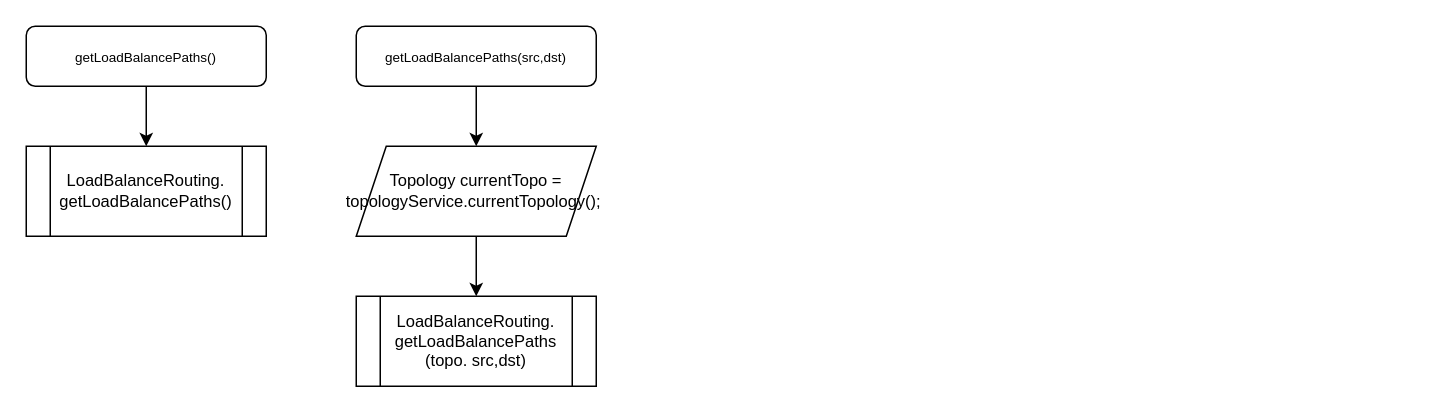
Earlier version of the draw.io diagram page "getLoadBalancePaths" (2 of 2) of Untitled Diagram.drawio (gameLoading/blank__-). Source tidied: cells renumbered, new cells numbered last; positions are measured from the earlier drawing's top-left corner, leaving out a move shared by most shapes. Both pictures are drawn from the tidied source at 150%, with x=0, y=0 at pixel (26, 26).
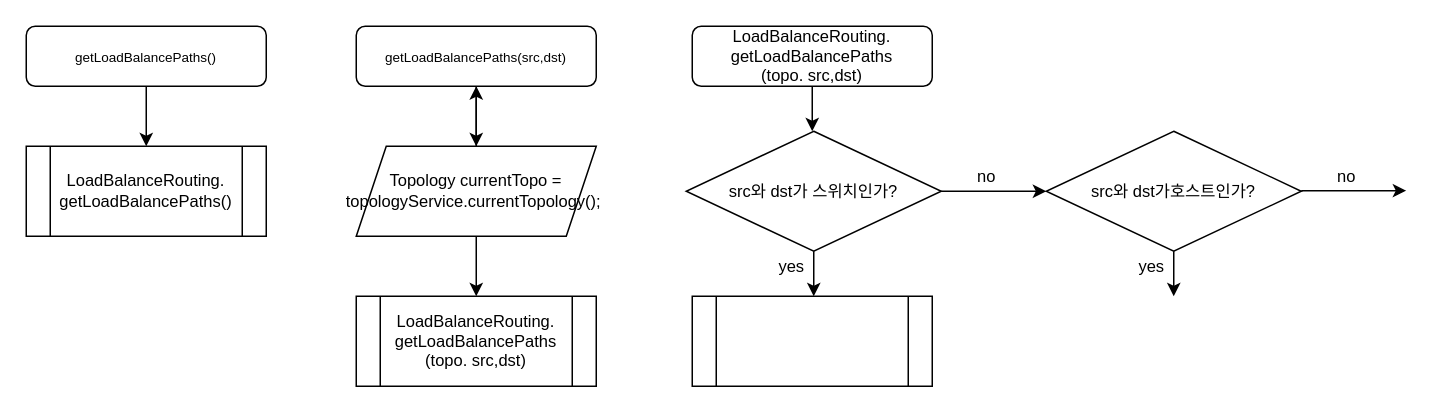
The same page after the edit.

Unchanged cells that the change refers to:
```xml
<mxCell id="5" value="Topology currentTopo = topologyService.currentTopology();&amp;nbsp;" style="shape=parallelogram;perimeter=parallelogramPerimeter;whiteSpace=wrap;html=1;fixedSize=1;fontSize=11;" parent="1" vertex="1">
  <mxGeometry x="220" y="80" width="160" height="60" as="geometry" />
</mxCell>
<mxCell id="6" value="&lt;span style=&quot;font-size: 9px&quot;&gt;getLoadBalancePaths(src,dst)&lt;/span&gt;" style="rounded=1;whiteSpace=wrap;html=1;fontSize=12;glass=0;strokeWidth=1;shadow=0;" parent="1" vertex="1">
  <mxGeometry x="220" width="160" height="40" as="geometry" />
</mxCell>
```

What changed in the source:
```diff
@@
+    <mxCell id="10" style="edgeStyle=orthogonalEdgeStyle;rounded=0;jettySize=auto;html=1;fontSize=11;" parent="1" edge="1" source="5" target="6">
+      <mxGeometry relative="1" as="geometry" />
+    </mxCell>
@@
+    <mxCell id="11" value="&lt;span style=&quot;font-size: 11px&quot;&gt;LoadBalanceRouting.&lt;/span&gt;&lt;br style=&quot;font-size: 11px&quot;&gt;&lt;span style=&quot;font-size: 11px&quot;&gt;getLoadBalancePaths&lt;/span&gt;&lt;br style=&quot;font-size: 11px&quot;&gt;&lt;span style=&quot;font-size: 11px&quot;&gt;(topo. src,dst)&lt;/span&gt;" style="rounded=1;whiteSpace=wrap;html=1;fontSize=11;glass=0;strokeWidth=1;shadow=0;" parent="1" vertex="1">
+      <mxGeometry x="444" width="160" height="40" as="geometry" />
+    </mxCell>
+    <mxCell id="12" value="src와 dst가 스위치인가?" style="rhombus;whiteSpace=wrap;html=1;fontSize=11;" parent="1" vertex="1">
+      <mxGeometry x="440" y="70" width="170" height="80" as="geometry" />
+    </mxCell>
+    <mxCell id="13" value="yes" style="endArrow=classic;html=1;fontSize=11;exitX=0.5;exitY=1;exitDx=0;exitDy=0;" parent="1" edge="1" source="12">
+      <mxGeometry x="-0.33" y="-15" relative="1" as="geometry">
+        <mxPoint x="525" y="180" as="targetPoint" />
+      </mxGeometry>
+    </mxCell>
+    <mxCell id="14" style="endArrow=classic;html=1;fontSize=11;" parent="1" edge="1">
+      <mxGeometry relative="1" as="geometry">
+        <mxPoint x="524" y="40" as="sourcePoint" />
+        <mxPoint x="524" y="70" as="targetPoint" />
+      </mxGeometry>
+    </mxCell>
+    <mxCell id="15" value="src와 dst가호스트인가?" style="rhombus;whiteSpace=wrap;html=1;fontSize=11;" parent="1" vertex="1">
+      <mxGeometry x="680" y="70" width="170" height="80" as="geometry" />
+    </mxCell>
+    <mxCell id="16" value="no" style="endArrow=classic;html=1;fontSize=11;exitX=1;exitY=0.5;exitDx=0;exitDy=0;entryX=0;entryY=0.5;entryDx=0;entryDy=0;spacing=3;" parent="1" edge="1" source="12" target="15">
+      <mxGeometry x="-0.14" y="10" relative="1" as="geometry" />
+    </mxCell>
+    <mxCell id="17" value="no" style="endArrow=classic;html=1;fontSize=11;exitX=1;exitY=0.5;exitDx=0;exitDy=0;entryX=0;entryY=0.5;entryDx=0;entryDy=0;spacing=3;" parent="1" edge="1">
+      <mxGeometry x="-0.14" y="10" relative="1" as="geometry">
+        <mxPoint x="850" y="109.6" as="sourcePoint" />
+        <mxPoint x="920" y="109.6" as="targetPoint" />
+      </mxGeometry>
+    </mxCell>
+    <mxCell id="18" value="yes" style="endArrow=classic;html=1;fontSize=11;exitX=0.5;exitY=1;exitDx=0;exitDy=0;spacing=3;" parent="1" edge="1" source="15">
+      <mxGeometry x="-0.33" y="-15" relative="1" as="geometry">
+        <mxPoint x="765" y="180" as="targetPoint" />
+      </mxGeometry>
+    </mxCell>
+    <mxCell id="19" value="&lt;span style=&quot;color: rgba(0 , 0 , 0 , 0) ; font-family: monospace ; font-size: 0px&quot;&gt;11&lt;br&gt;&lt;/span&gt;" style="shape=process;whiteSpace=wrap;html=1;backgroundOutline=1;fontSize=11;" parent="1" vertex="1">
+      <mxGeometry x="444" y="180" width="160" height="60" as="geometry" />
+    </mxCell>
```
